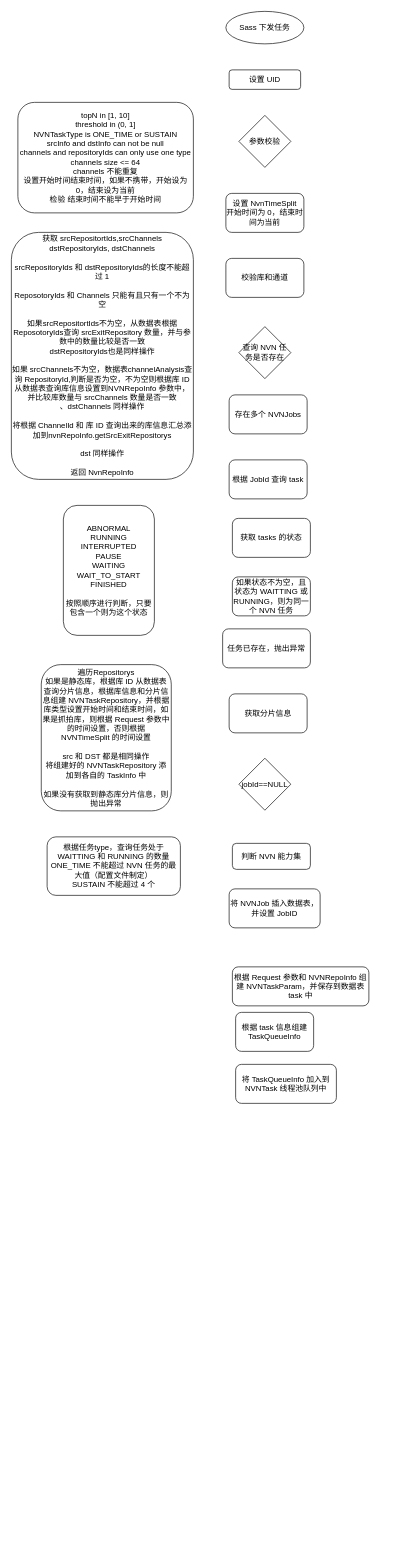
Above: 8.检索/创建 NVN 任务.drawio in hao14293/drawio (draw.io), before the change. Source tidied: cells renumbered, new cells numbered last; positions are measured from the earlier drawing's top-left corner, leaving out a move shared by most shapes. Both pictures are drawn from the tidied source at 65%, with x=0, y=0 at pixel (11, 11).
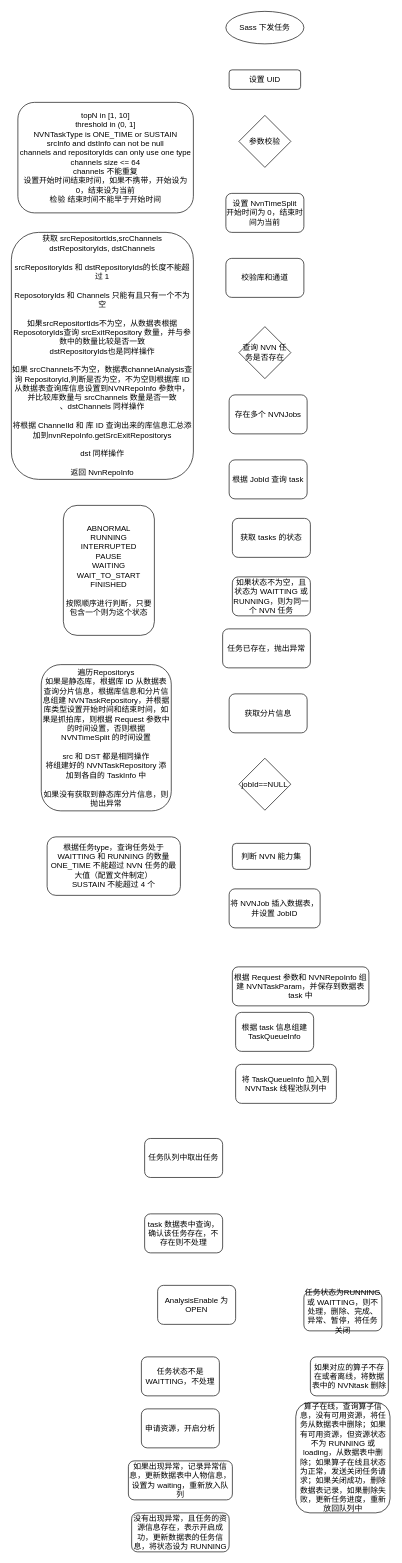
Above is the later version.

Commit message (it also covers changes not shown here):
更新创建 NVN 任务.drawio

Diff of the diagram source:
```diff
@@
+    <mxCell id="25" value="任务队列中取出任务" style="rounded=1;whiteSpace=wrap;html=1;" parent="1" vertex="1">
+      <mxGeometry x="205" y="1734" width="120" height="60" as="geometry" />
+    </mxCell>
+    <mxCell id="26" value="task 数据表中查询，确认该任务存在，不存在则不处理" style="rounded=1;whiteSpace=wrap;html=1;" parent="1" vertex="1">
+      <mxGeometry x="205" y="1850" width="120" height="60" as="geometry" />
+    </mxCell>
+    <mxCell id="27" value="AnalysisEnable 为 OPEN" style="rounded=1;whiteSpace=wrap;html=1;" parent="1" vertex="1">
+      <mxGeometry x="225" y="1960" width="120" height="60" as="geometry" />
+    </mxCell>
+    <mxCell id="28" value="任务状态为RUNNING 或 WAITTING，则不处理，删除、完成、异常、暂停，将任务关闭" style="rounded=1;whiteSpace=wrap;html=1;" parent="1" vertex="1">
+      <mxGeometry x="450" y="1970" width="120" height="60" as="geometry" />
+    </mxCell>
+    <mxCell id="29" value="如果对应的算子不存在或者离线，将数据表中的 NVNtask 删除" style="rounded=1;whiteSpace=wrap;html=1;" parent="1" vertex="1">
+      <mxGeometry x="460" y="2070" width="120" height="60" as="geometry" />
+    </mxCell>
+    <mxCell id="30" value="算子在线，查询算子信息，没有可用资源，将任务从数据表中删除；如果有可用资源，但资源状态不为 RUNNING 或 loading，从数据表中删除；如果算子在线且状态为正常，发送关闭任务请求；如果关闭成功，删除数据表记录，如果删除失败，更新任务进度，重新放回队列中" style="rounded=1;whiteSpace=wrap;html=1;" parent="1" vertex="1">
+      <mxGeometry x="437.5" y="2140" width="145" height="170" as="geometry" />
+    </mxCell>
+    <mxCell id="31" value="任务状态不是 WAITTING，不处理" style="rounded=1;whiteSpace=wrap;html=1;" parent="1" vertex="1">
+      <mxGeometry x="200" y="2070" width="120" height="60" as="geometry" />
+    </mxCell>
+    <mxCell id="32" value="申请资源，开启分析" style="rounded=1;whiteSpace=wrap;html=1;" parent="1" vertex="1">
+      <mxGeometry x="200" y="2150" width="120" height="60" as="geometry" />
+    </mxCell>
+    <mxCell id="33" value="如果出现异常，记录异常信息，更新数据表中人物信息，设置为 waiting，重新放入队列" style="rounded=1;whiteSpace=wrap;html=1;" parent="1" vertex="1">
+      <mxGeometry x="180" y="2230" width="160" height="60" as="geometry" />
+    </mxCell>
+    <mxCell id="34" value="没有出现异常，且任务的资源信息存在，表示开启成功，更新数据表的任务信息，将状态设为 RUNNING" style="rounded=1;whiteSpace=wrap;html=1;" parent="1" vertex="1">
+      <mxGeometry x="185" y="2310" width="150" height="60" as="geometry" />
+    </mxCell>
```
